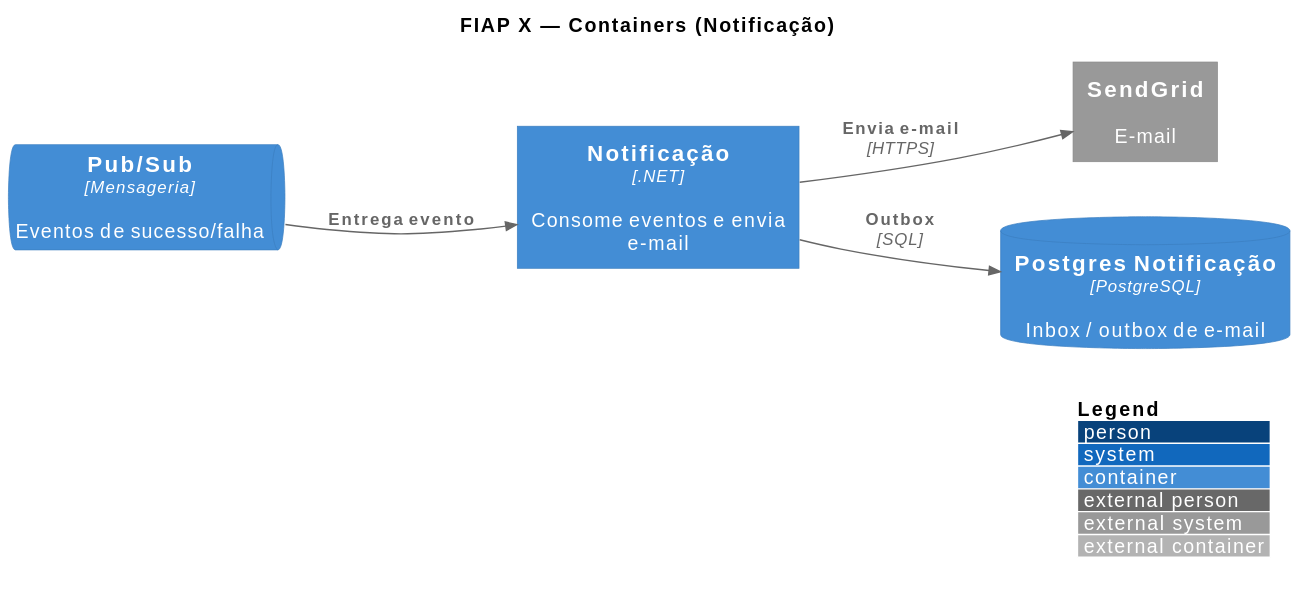
Earlier version of the PlantUML export arquitetura/05_containers-notificacao.svg (fiap-x-vcosta/docs).
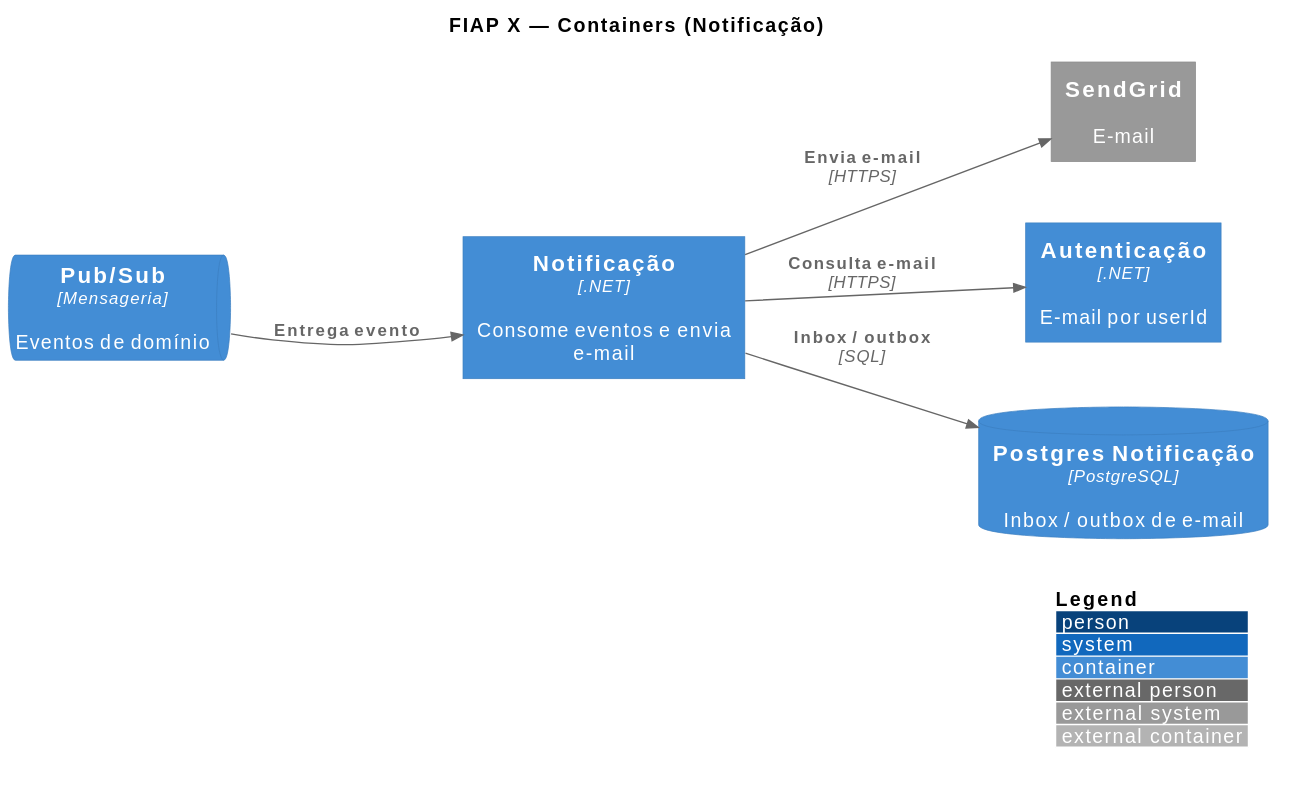
The same file after the commit.

What changed in the source:
```diff
@@ -6,16 +6,19 @@
 
 title FIAP X — Containers (Notificação)
 
-ContainerQueue(pubsub, "Pub/Sub", "Mensageria", "Eventos de sucesso/falha")
+ContainerQueue(pubsub, "Pub/Sub", "Mensageria", "Eventos de domínio")
 Container(notif, "Notificação", ".NET", "Consome eventos e envia e-mail")
+Container(auth, "Autenticação", ".NET", "E-mail por userId")
 ContainerDb(pgNotif, "Postgres Notificação", "PostgreSQL", "Inbox / outbox de e-mail")
 System_Ext(sendgrid, "SendGrid", "E-mail")
 
 Rel(pubsub, notif, "Entrega evento")
-Rel(notif, pgNotif, "Outbox", "SQL")
+Rel(notif, auth, "Consulta e-mail", "HTTPS")
+Rel(notif, pgNotif, "Inbox / outbox", "SQL")
 Rel(notif, sendgrid, "Envia e-mail", "HTTPS")
 
 Lay_R(pubsub, notif)
 Lay_R(notif, sendgrid)
 Lay_D(notif, pgNotif)
+Lay_D(notif, auth)
 @enduml
```
